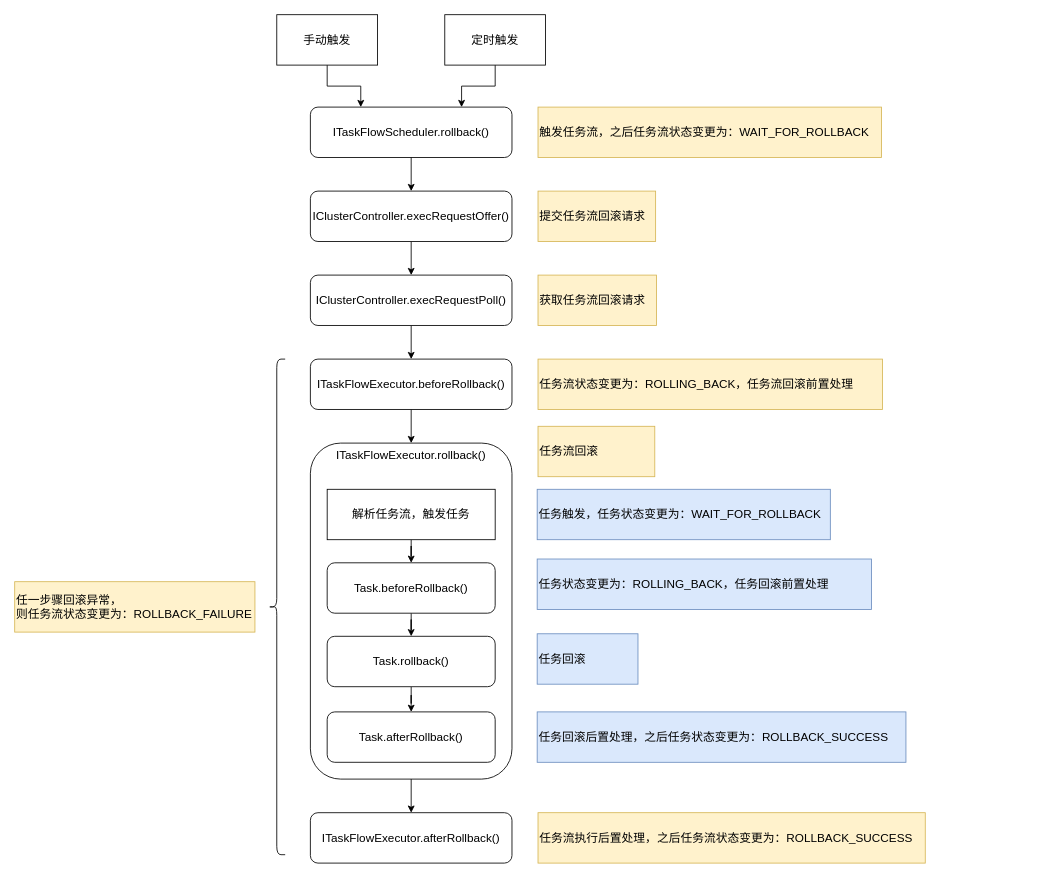
Earlier version of the draw.io diagram docs/任务流回滚生命周期.drawio (kpali/wolf-flow). Source tidied: cells renumbered, new cells numbered last; positions are measured from the earlier drawing's top-left corner, leaving out a move shared by most shapes. Both pictures are drawn from the tidied source at 84%, with x=0, y=0 at pixel (14, 14).
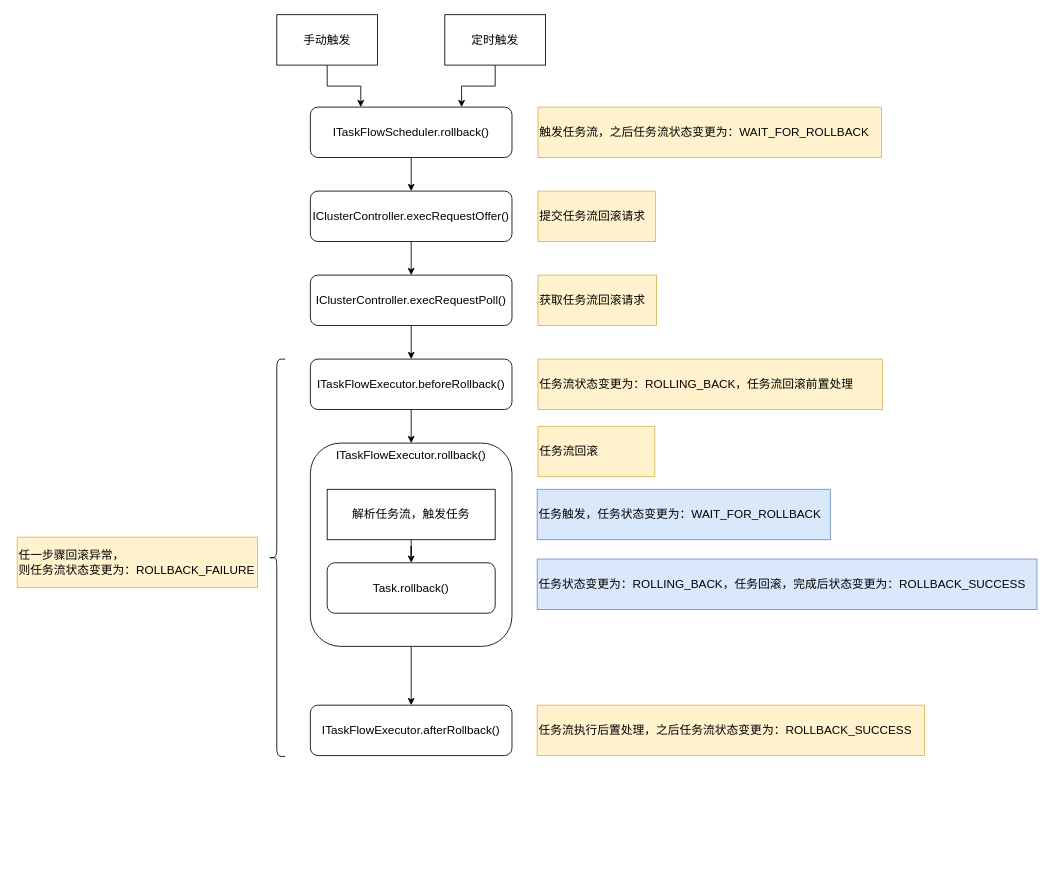
After the change.

What changed in the source:
```diff
@@
     <mxCell id="15" value="ITaskFlowExecutor.rollback()" style="rounded=1;whiteSpace=wrap;html=1;verticalAlign=top;fontSize=14;spacingRight=0;" parent="1" vertex="1">
-      <mxGeometry x="352" y="510" width="240" height="400" as="geometry" />
+      <mxGeometry x="352" y="510" width="240" height="242" as="geometry" />
     </mxCell>
     <mxCell id="16" value="ITaskFlowExecutor.afterRollback()" style="rounded=1;whiteSpace=wrap;html=1;fontSize=14;spacingRight=0;" parent="1" vertex="1">
-      <mxGeometry x="352" y="950" width="240" height="60" as="geometry" />
+      <mxGeometry x="352" y="822" width="240" height="60" as="geometry" />
     </mxCell>
@@
     <mxCell id="21" value="任务流执行后置处理，之后任务流状态变更为：ROLLBACK_SUCCESS" style="rounded=0;whiteSpace=wrap;html=1;fillColor=#fff2cc;strokeColor=#d6b656;fontSize=14;spacingRight=0;align=left;" parent="1" vertex="1">
-      <mxGeometry x="623" y="950" width="461" height="60" as="geometry" />
+      <mxGeometry x="622" y="822" width="461" height="60" as="geometry" />
     </mxCell>
@@
     <mxCell id="23" style="shape=curlyBracket;whiteSpace=wrap;html=1;rounded=1;fontSize=14;spacingRight=0;" parent="1" vertex="1">
-      <mxGeometry x="302" y="410" width="20" height="590" as="geometry" />
+      <mxGeometry x="302" y="410" width="20" height="473" as="geometry" />
     </mxCell>
     <mxCell id="24" value="任一步骤回滚异常，&lt;br&gt;则任务流状态变更为：ROLLBACK_FAILURE" style="rounded=0;whiteSpace=wrap;html=1;fillColor=#fff2cc;strokeColor=#d6b656;fontSize=14;spacingRight=0;align=left;" parent="1" vertex="1">
-      <mxGeometry y="675" width="286" height="60" as="geometry" />
+      <mxGeometry x="3" y="622" width="286" height="60" as="geometry" />
     </mxCell>
@@
-    <mxCell id="26" style="edgeStyle=orthogonalEdgeStyle;rounded=0;jettySize=auto;html=1;fontSize=14;spacingRight=0;" parent="1" edge="1" source="27" target="29">
-      <mxGeometry relative="1" as="geometry" />
-    </mxCell>
-    <mxCell id="27" value="Task.beforeRollback()" style="rounded=1;whiteSpace=wrap;html=1;fontSize=14;spacingRight=0;" parent="1" vertex="1">
+    <mxCell id="27" value="Task.rollback()" style="rounded=1;whiteSpace=wrap;html=1;fontSize=14;spacingRight=0;" parent="1" vertex="1">
       <mxGeometry x="372" y="652.5" width="200" height="60" as="geometry" />
     </mxCell>
-    <mxCell id="28" style="edgeStyle=orthogonalEdgeStyle;rounded=0;jettySize=auto;html=1;fontSize=14;spacingRight=0;" parent="1" edge="1" source="29" target="30">
-      <mxGeometry relative="1" as="geometry" />
-    </mxCell>
-    <mxCell id="29" value="Task.rollback()" style="rounded=1;whiteSpace=wrap;html=1;fontSize=14;spacingRight=0;" parent="1" vertex="1">
-      <mxGeometry x="372" y="740" width="200" height="60" as="geometry" />
-    </mxCell>
-    <mxCell id="30" value="Task.afterRollback()" style="rounded=1;whiteSpace=wrap;html=1;fontSize=14;spacingRight=0;" parent="1" vertex="1">
-      <mxGeometry x="372" y="830" width="200" height="60" as="geometry" />
-    </mxCell>
-    <mxCell id="31" value="任务状态变更为：ROLLING_BACK，任务回滚前置处理" style="rounded=0;whiteSpace=wrap;html=1;fillColor=#dae8fc;strokeColor=#6c8ebf;fontSize=14;spacingRight=0;align=left;" parent="1" vertex="1">
-      <mxGeometry x="622" y="648" width="398" height="60" as="geometry" />
+    <mxCell id="31" value="任务状态变更为：ROLLING_BACK，任务回滚，完成后状态变更为：ROLLBACK_SUCCESS" style="rounded=0;whiteSpace=wrap;html=1;fillColor=#dae8fc;strokeColor=#6c8ebf;fontSize=14;spacingRight=0;align=left;" parent="1" vertex="1">
+      <mxGeometry x="622" y="648" width="595" height="60" as="geometry" />
     </mxCell>
-    <mxCell id="32" value="任务回滚" style="rounded=0;whiteSpace=wrap;html=1;fillColor=#dae8fc;strokeColor=#6c8ebf;fontSize=14;spacingRight=0;align=left;" parent="1" vertex="1">
-      <mxGeometry x="622" y="737" width="120" height="60" as="geometry" />
-    </mxCell>
-    <mxCell id="33" value="任务回滚后置处理，之后任务状态变更为：ROLLBACK_SUCCESS" style="rounded=0;whiteSpace=wrap;html=1;fillColor=#dae8fc;strokeColor=#6c8ebf;fontSize=14;spacingRight=0;align=left;" parent="1" vertex="1">
-      <mxGeometry x="622" y="830" width="439" height="60" as="geometry" />
-    </mxCell>
```
